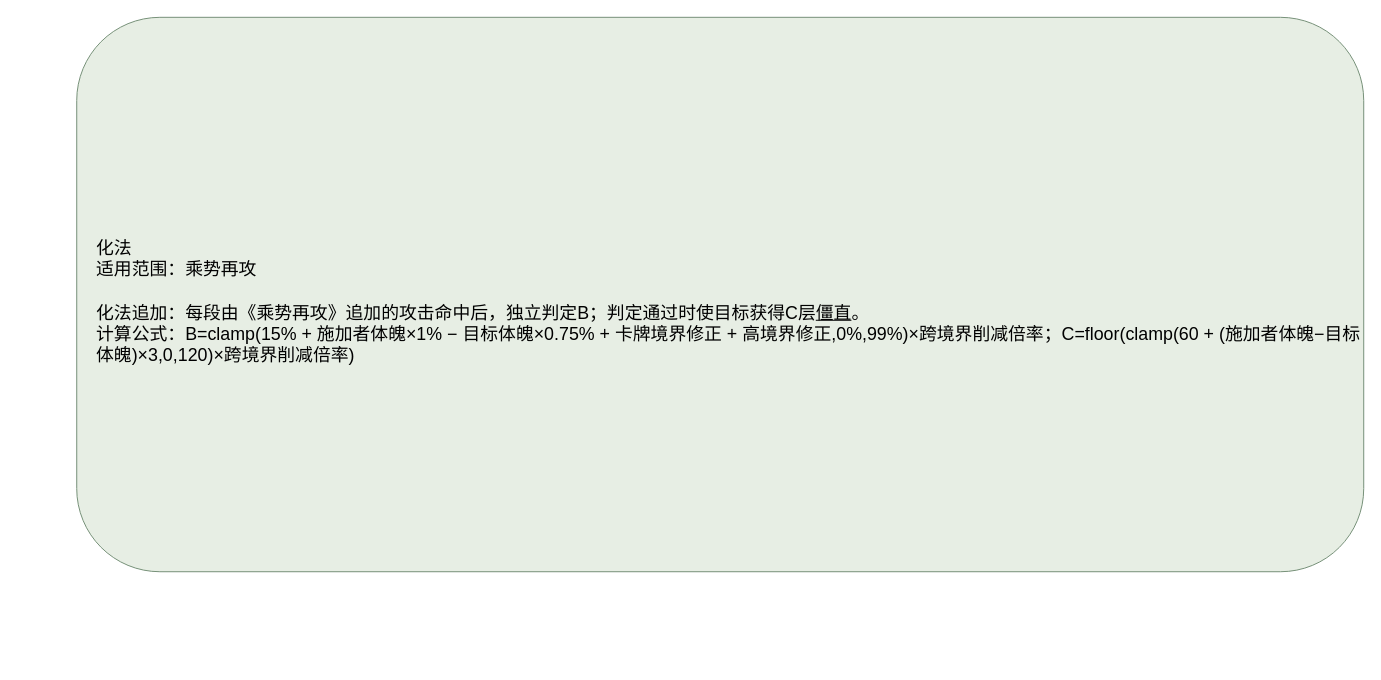
This is page "乘势再攻·返元" (1 of 2) of docs/卡牌词典/秘籍技能/太和感物养元宝册/化法/乘势再攻.drawio from ankundanetracyc-spec/tian-guan-you-du, a draw.io file, before an edit. Source tidied: cells renumbered, new cells numbered last; positions are measured from the earlier drawing's top-left corner, leaving out a move shared by most shapes. Both pictures are drawn from the tidied source at 99%, with x=0, y=0 at pixel (76, 17).
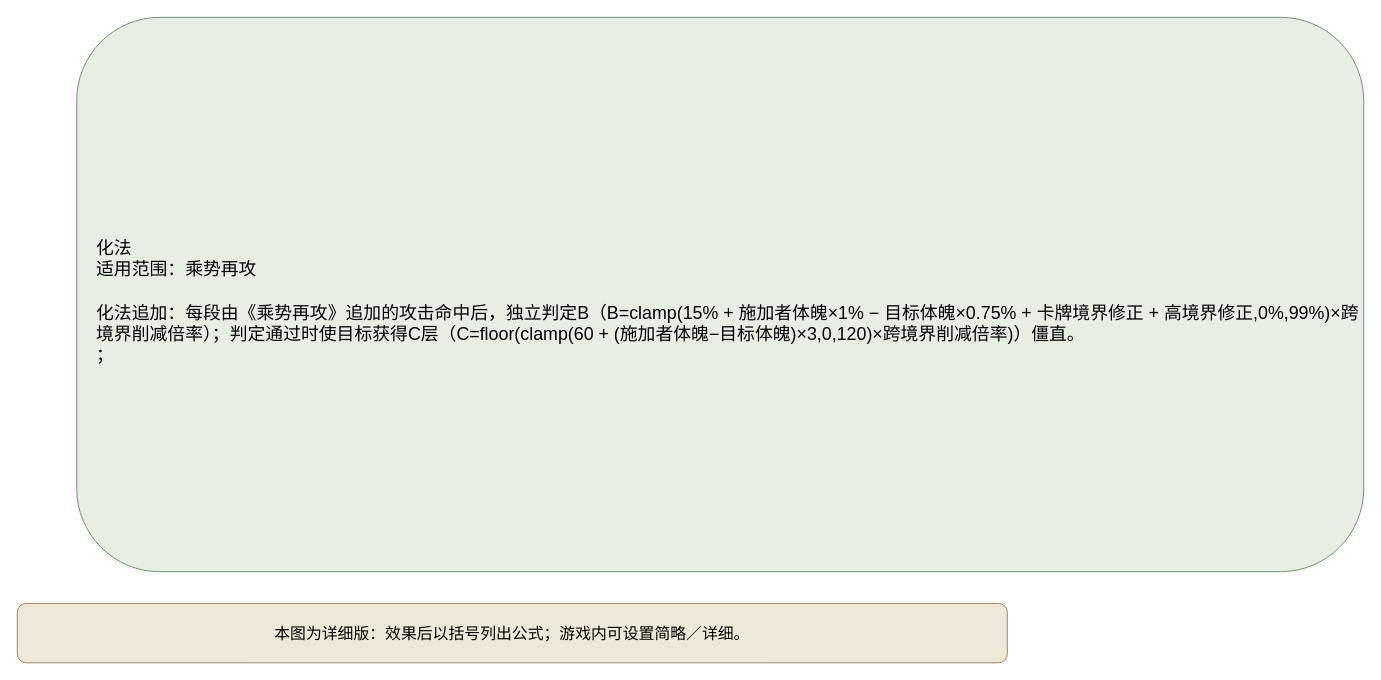
After the change.

Diff of the diagram source:
```diff
@@
 <mxGraphModel>
   <root>
     <mxCell id="0" />
     <mxCell id="1" parent="0" />
-    <mxCell id="2" value="&lt;div style=&quot;text-align:left;&quot;&gt;化法&lt;br&gt;适用范围：乘势再攻&lt;br&gt;&lt;br&gt;化法追加：每段由《乘势再攻》追加的攻击命中后，独立判定B；判定通过时使目标获得C层&lt;u&gt;僵直&lt;/u&gt;。&lt;br&gt;计算公式：B=clamp(15% + 施加者体魄×1% − 目标体魄×0.75% + 卡牌境界修正 + 高境界修正,0%,99%)×跨境界削减倍率；C=floor(clamp(60 + (施加者体魄−目标体魄)×3,0,120)×跨境界削减倍率)&lt;/div&gt;" style="rounded=1;whiteSpace=wrap;html=1;fillColor=#e7eee4;strokeColor=#769078;fontSize=18;align=left;spacingLeft=18;spacingTop=16;" parent="1" vertex="1">
+    <mxCell id="2" value="化法&#10;适用范围：乘势再攻&#10;&#10;化法追加：每段由《乘势再攻》追加的攻击命中后，独立判定B（B=clamp(15% + 施加者体魄×1% − 目标体魄×0.75% + 卡牌境界修正 + 高境界修正,0%,99%)×跨境界削减倍率）；判定通过时使目标获得C层（C=floor(clamp(60 + (施加者体魄−目标体魄)×3,0,120)×跨境界削减倍率)）僵直。&#10;；" style="rounded=1;whiteSpace=wrap;html=1;fillColor=#e7eee4;strokeColor=#769078;fontSize=18;align=left;spacingLeft=18;spacingTop=16;" parent="1" vertex="1">
       <mxGeometry width="1300" height="560" as="geometry" />
     </mxCell>
+    <mxCell id="3" value="本图为详细版：效果后以括号列出公式；游戏内可设置简略／详细。" style="rounded=1;whiteSpace=wrap;html=1;fillColor=#eee8d8;strokeColor=#9a8967;fontSize=16;" parent="1" vertex="1">
+      <mxGeometry x="-60" y="592" width="1000" height="60" as="geometry" />
+    </mxCell>
   </root>
 </mxGraphModel>
```
